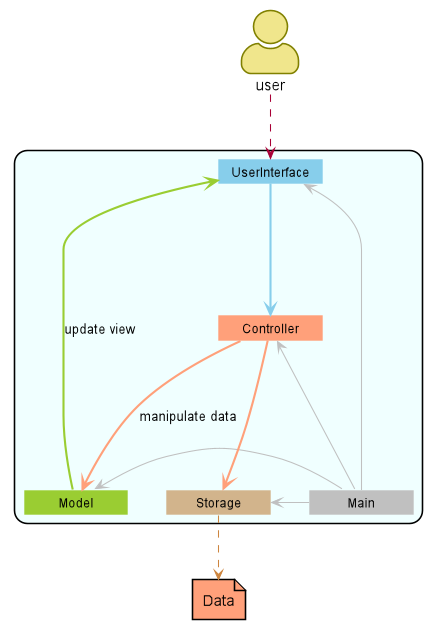
untitle4/tp keeps this PlantUML diagram as docs/diagram/ArchitectureDiagram.png. Above is the earlier version.
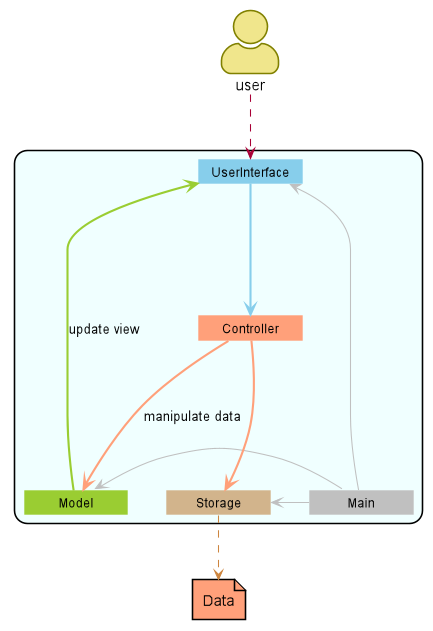
The same diagram one commit later.

Diff of the diagram source:
```diff
@@ -40,7 +40,6 @@
 Controller -[Bold,#LightSalmon]-> Model : manipulate data
 Model --[bold,#YellowGreen]> UserInterface : update view
 UserInterface <-[#Silver] Main
-Main -left[#Silver]> Controller
 Main -up[#Silver]> Model
 Main -right[#Silver]> Storage
 Storage ..[#Peru]> Data
```
